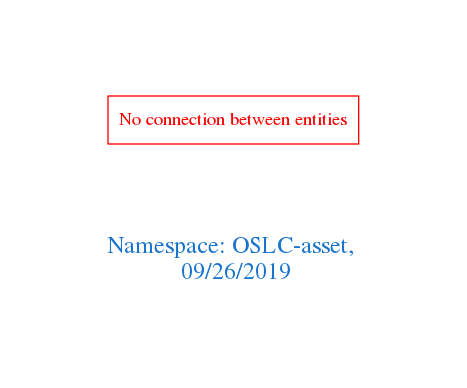
Earlier version of the Graphviz export downloads/OSLC-asset.png (arago/OGIT). Its source is kept beside it as downloads/OSLC-asset.dot.
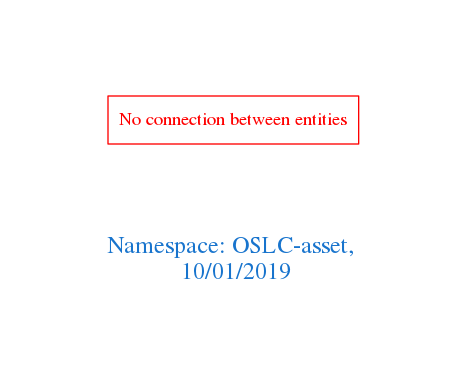
The same diagram one commit later.

What changed in the source:
```diff
@@ -1,7 +1,7 @@
 digraph OGIT_ontology {
  graph [ rankdir= LR,pad=1
 fontsize = 18,
-fontcolor= dodgerblue3,label = "\n\n\nNamespace: OSLC-asset, \n 09/26/2019"];
+fontcolor= dodgerblue3,label = "\n\n\nNamespace: OSLC-asset, \n 10/01/2019"];
 node[shape=polygon];
 edge [  color="gray81"];
 
```
